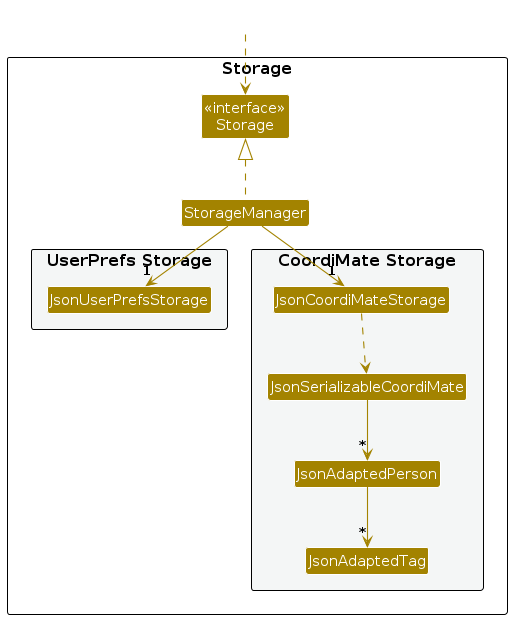
Before: diagrams/StorageClassDiagram.png, a diagram exported from PlantUML (AY2627S1-CS2103T-W12-3/tp). Its source is kept beside it as diagrams/StorageClassDiagram.puml.
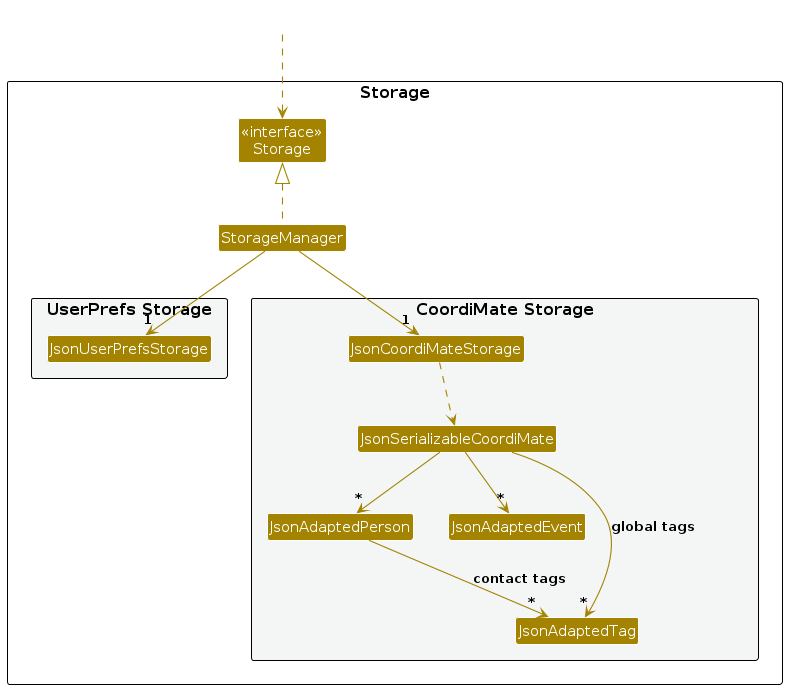
After the commit.

What changed in the source:
```diff
@@ -17,6 +17,7 @@
 Class JsonCoordiMateStorage
 Class JsonSerializableCoordiMate
 Class JsonAdaptedPerson
+Class JsonAdaptedEvent
 Class JsonAdaptedTag
 }
 
@@ -31,6 +32,8 @@
 
 JsonCoordiMateStorage ..> JsonSerializableCoordiMate
 JsonSerializableCoordiMate --> "*" JsonAdaptedPerson
-JsonAdaptedPerson --> "*" JsonAdaptedTag
+JsonSerializableCoordiMate --> "*" JsonAdaptedEvent
+JsonSerializableCoordiMate --> "*" JsonAdaptedTag : global tags
+JsonAdaptedPerson --> "*" JsonAdaptedTag : contact tags
 
 @enduml
```
